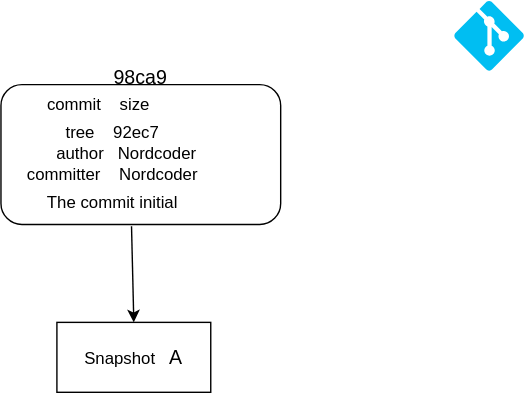
This is confirmaciones.drawio.svg from Nordcode-cyber/curso-git, a draw.io export, as it was before one commit. Source tidied: cells renumbered, new cells last; positions are measured from the earlier drawing's top-left corner, leaving out a move shared by most shapes.
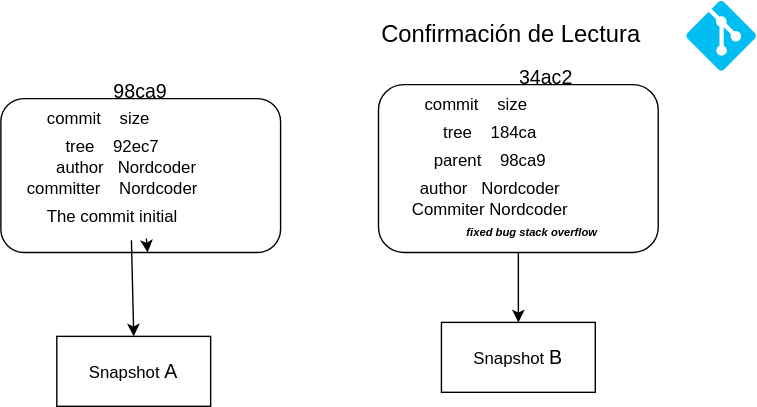
The same file after the commit.

What changed in the source:
```diff
@@ -3,7 +3,7 @@
     <mxCell id="0" />
     <mxCell id="1" parent="0" />
     <mxCell id="2" style="rounded=1;whiteSpace=wrap;html=1;" parent="1" vertex="1">
-      <mxGeometry y="60" width="200" height="100" as="geometry" />
+      <mxGeometry y="60" width="200" height="110" as="geometry" />
     </mxCell>
     <mxCell id="3" value="commit&amp;nbsp; &amp;nbsp; size" style="text;html=1;align=center;verticalAlign=middle;whiteSpace=wrap;rounded=0;" parent="1" vertex="1">
       <mxGeometry x="10" y="60" width="120" height="30" as="geometry" />
@@ -29,7 +29,7 @@
       <mxGeometry x="70" y="40" width="60" height="30" as="geometry" />
     </mxCell>
     <mxCell id="10" style="verticalLabelPosition=bottom;html=1;verticalAlign=top;align=center;strokeColor=none;fillColor=#00BEF2;shape=mxgraph.azure.git_repository;" parent="1" vertex="1">
-      <mxGeometry x="324" width="50" height="50" as="geometry" />
+      <mxGeometry x="490" y="-10" width="50" height="50" as="geometry" />
     </mxCell>
     <mxCell id="11" value="Snapshot&amp;nbsp; &amp;nbsp;&lt;font style=&quot;font-size: 14px;&quot;&gt;A&lt;/font&gt;" style="html=1;whiteSpace=wrap;" parent="1" vertex="1">
       <mxGeometry x="40" y="230" width="110" height="50" as="geometry" />
@@ -37,5 +37,38 @@
     <mxCell id="12" style="endArrow=classic;html=1;exitX=0.589;exitY=1.044;exitDx=0;exitDy=0;exitPerimeter=0;entryX=0.5;entryY=0;entryDx=0;entryDy=0;" parent="1" edge="1" source="8" target="11">
       <mxGeometry relative="1" as="geometry" />
     </mxCell>
+    <mxCell id="13" value="&lt;font style=&quot;font-size: 17px;&quot;&gt;Confirmación de Lectura&lt;/font&gt;" style="text;html=1;align=center;verticalAlign=middle;whiteSpace=wrap;rounded=0;" parent="1" vertex="1">
+      <mxGeometry x="270" width="190" height="30" as="geometry" />
+    </mxCell>
+    <mxCell id="14" style="edgeStyle=none;html=1;entryX=0.5;entryY=0;entryDx=0;entryDy=0;" parent="1" edge="1" source="15" target="22">
+      <mxGeometry relative="1" as="geometry" />
+    </mxCell>
+    <mxCell id="15" style="rounded=1;whiteSpace=wrap;html=1;" parent="1" vertex="1">
+      <mxGeometry x="270" y="50" width="200" height="120" as="geometry" />
+    </mxCell>
+    <mxCell id="16" value="commit&amp;nbsp; &amp;nbsp; size" style="text;html=1;align=center;verticalAlign=middle;whiteSpace=wrap;rounded=0;" parent="1" vertex="1">
+      <mxGeometry x="280" y="50" width="120" height="30" as="geometry" />
+    </mxCell>
+    <mxCell id="17" value="tree&amp;nbsp; &amp;nbsp; 184ca" style="text;html=1;align=center;verticalAlign=middle;whiteSpace=wrap;rounded=0;" parent="1" vertex="1">
+      <mxGeometry x="290" y="70" width="120" height="30" as="geometry" />
+    </mxCell>
+    <mxCell id="18" value="author&amp;nbsp; &amp;nbsp;Nordcoder" style="text;html=1;align=center;verticalAlign=middle;whiteSpace=wrap;rounded=0;" parent="1" vertex="1">
+      <mxGeometry x="290" y="110" width="120" height="30" as="geometry" />
+    </mxCell>
+    <mxCell id="19" value="parent&amp;nbsp; &amp;nbsp; 98ca9" style="text;html=1;align=center;verticalAlign=middle;whiteSpace=wrap;rounded=0;" parent="1" vertex="1">
+      <mxGeometry x="290" y="89.8" width="120" height="30" as="geometry" />
+    </mxCell>
+    <mxCell id="20" value="Commiter Nordcoder" style="text;html=1;align=center;verticalAlign=middle;whiteSpace=wrap;rounded=0;" parent="1" vertex="1">
+      <mxGeometry x="270" y="119.5" width="160" height="40" as="geometry" />
+    </mxCell>
+    <mxCell id="21" value="&lt;font style=&quot;color: light-dark(rgb(0, 0, 0), rgb(88, 50, 255)); font-size: 14px;&quot;&gt;34ac2&lt;/font&gt;" style="text;html=1;align=center;verticalAlign=middle;whiteSpace=wrap;rounded=0;" parent="1" vertex="1">
+      <mxGeometry x="360" y="30" width="60" height="30" as="geometry" />
+    </mxCell>
+    <mxCell id="22" value="Snapshot&amp;nbsp; &amp;nbsp;&lt;span style=&quot;font-size: 14px;&quot;&gt;B&lt;/span&gt;" style="html=1;whiteSpace=wrap;" parent="1" vertex="1">
+      <mxGeometry x="315" y="220" width="110" height="50" as="geometry" />
+    </mxCell>
+    <mxCell id="23" value="&lt;font style=&quot;font-size: 8px;&quot;&gt;&lt;i&gt;&lt;b&gt;fixed bug stack overflow&lt;/b&gt;&lt;/i&gt;&lt;/font&gt;" style="text;html=1;align=center;verticalAlign=middle;whiteSpace=wrap;rounded=0;" parent="1" vertex="1">
+      <mxGeometry x="310" y="140" width="140" height="30" as="geometry" />
+    </mxCell>
   </root>
 </mxGraphModel>
```
